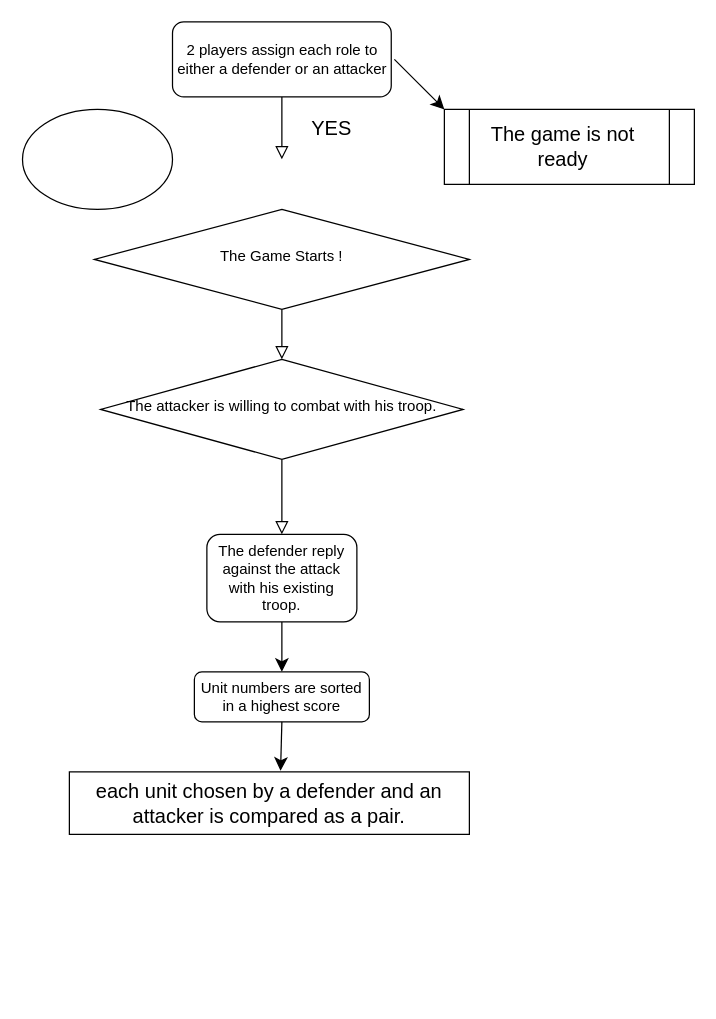
Earlier version of the draw.io diagram Module_1/Project_Week_1_Python-Game/Untitled Diagram.drawio (chatlapin/DAFT_0410). Source tidied: cells renumbered, new cells numbered last; positions are measured from the earlier drawing's top-left corner, leaving out a move shared by most shapes. Both pictures are drawn from the tidied source at 125%, with x=0, y=0 at pixel (21, 21).
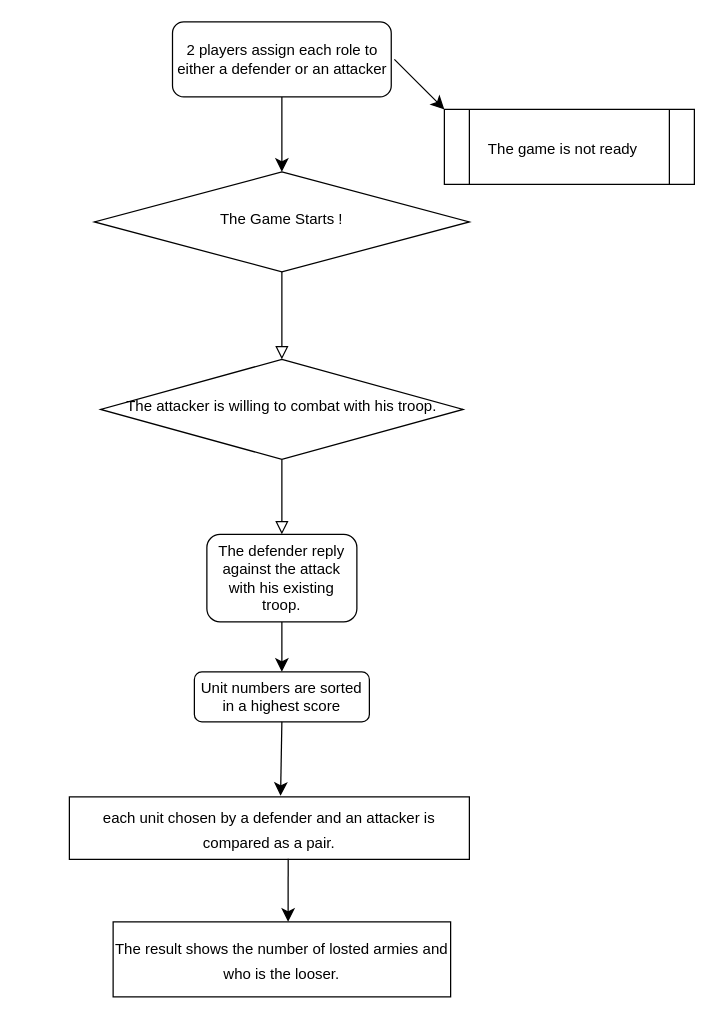
After the change.

What changed in the source:
```diff
@@
 <mxGraphModel>
   <root>
     <mxCell id="0" />
     <mxCell id="1" parent="0" />
-    <mxCell id="2" style="rounded=0;html=1;jettySize=auto;fontSize=11;endArrow=block;endFill=0;endSize=8;strokeWidth=1;shadow=0;labelBackgroundColor=none;edgeStyle=orthogonalEdgeStyle;" parent="1" edge="1" source="3">
-      <mxGeometry relative="1" as="geometry">
-        <mxPoint x="208" y="110" as="targetPoint" />
-      </mxGeometry>
-    </mxCell>
     <mxCell id="3" value="2 players assign each role to either a defender or an attacker" style="rounded=1;whiteSpace=wrap;html=1;fontSize=12;glass=0;strokeWidth=1;shadow=0;" parent="1" vertex="1">
       <mxGeometry x="120.5" width="175" height="60" as="geometry" />
     </mxCell>
     <mxCell id="4" style="rounded=0;html=1;jettySize=auto;fontSize=11;endArrow=block;endFill=0;endSize=8;strokeWidth=1;shadow=0;labelBackgroundColor=none;edgeStyle=orthogonalEdgeStyle;" parent="1" edge="1" source="5" target="7">
       <mxGeometry y="20" relative="1" as="geometry" />
     </mxCell>
     <mxCell id="5" value="The Game Starts !" style="rhombus;whiteSpace=wrap;html=1;shadow=0;fontFamily=Helvetica;fontSize=12;align=center;strokeWidth=1;spacing=6;spacingTop=-4;" parent="1" vertex="1">
-      <mxGeometry x="58" y="150" width="300" height="80" as="geometry" />
+      <mxGeometry x="58" y="120" width="300" height="80" as="geometry" />
     </mxCell>
     <mxCell id="6" style="rounded=0;html=1;jettySize=auto;fontSize=11;endArrow=block;endFill=0;endSize=8;strokeWidth=1;shadow=0;labelBackgroundColor=none;edgeStyle=orthogonalEdgeStyle;" parent="1" edge="1" source="7" target="8">
       <mxGeometry x="0.33" y="20" relative="1" as="geometry" />
     </mxCell>
     <mxCell id="7" value="The attacker is willing to combat with his troop." style="rhombus;whiteSpace=wrap;html=1;shadow=0;fontFamily=Helvetica;fontSize=12;align=center;strokeWidth=1;spacing=6;spacingTop=-4;" parent="1" vertex="1">
       <mxGeometry x="63" y="270" width="290" height="80" as="geometry" />
     </mxCell>
     <mxCell id="8" value="The defender reply against the attack with his existing troop." style="rounded=1;whiteSpace=wrap;html=1;fontSize=12;glass=0;strokeWidth=1;shadow=0;" parent="1" vertex="1">
       <mxGeometry x="148" y="410" width="120" height="70" as="geometry" />
     </mxCell>
     <mxCell id="9" value="Unit numbers are sorted in a highest score" style="rounded=1;whiteSpace=wrap;html=1;fontSize=12;glass=0;strokeWidth=1;shadow=0;" parent="1" vertex="1">
       <mxGeometry x="138" y="520" width="140" height="40" as="geometry" />
     </mxCell>
     <mxCell id="10" style="endArrow=classic;html=1;rounded=0;fontSize=12;startSize=8;endSize=8;curved=1;exitX=0.5;exitY=1;exitDx=0;exitDy=0;entryX=0.5;entryY=0;entryDx=0;entryDy=0;" parent="1" edge="1" source="8" target="9">
       <mxGeometry relative="1" as="geometry" />
     </mxCell>
     <mxCell id="11" style="endArrow=classic;html=1;rounded=0;fontSize=12;startSize=8;endSize=8;curved=1;exitX=0.5;exitY=1;exitDx=0;exitDy=0;entryX=0.528;entryY=-0.017;entryDx=0;entryDy=0;entryPerimeter=0;" parent="1" edge="1" source="9" target="12">
       <mxGeometry relative="1" as="geometry" />
     </mxCell>
-    <mxCell id="12" value="each unit chosen by a defender and an attacker is compared as a pair." style="rounded=0;whiteSpace=wrap;html=1;fontSize=16;" parent="1" vertex="1">
-      <mxGeometry x="38" y="600" width="320" height="50" as="geometry" />
+    <mxCell id="12" value="&lt;font style=&quot;font-size: 12px;&quot;&gt;each unit chosen by a defender and an attacker is compared as a pair.&lt;/font&gt;" style="rounded=0;whiteSpace=wrap;html=1;fontSize=16;" parent="1" vertex="1">
+      <mxGeometry x="38" y="620" width="320" height="50" as="geometry" />
     </mxCell>
-    <mxCell id="13" value="YES" style="text;strokeColor=none;fillColor=none;html=1;align=center;verticalAlign=middle;whiteSpace=wrap;rounded=0;fontSize=16;" parent="1" vertex="1">
-      <mxGeometry x="218" y="70" width="60" height="30" as="geometry" />
-    </mxCell>
     <mxCell id="14" style="shape=process;whiteSpace=wrap;html=1;backgroundOutline=1;fontSize=16;" parent="1" vertex="1">
       <mxGeometry x="338" y="70" width="200" height="60" as="geometry" />
     </mxCell>
-    <mxCell id="15" value="The game is not ready" style="text;strokeColor=none;fillColor=none;html=1;align=center;verticalAlign=middle;whiteSpace=wrap;rounded=0;fontSize=16;" parent="1" vertex="1">
+    <mxCell id="15" value="&lt;font style=&quot;font-size: 12px;&quot;&gt;The game is not ready&lt;/font&gt;" style="text;strokeColor=none;fillColor=none;html=1;align=center;verticalAlign=middle;whiteSpace=wrap;rounded=0;fontSize=16;" parent="1" vertex="1">
       <mxGeometry x="358" y="85" width="150" height="30" as="geometry" />
     </mxCell>
     <mxCell id="16" style="endArrow=classic;html=1;rounded=0;fontSize=12;startSize=8;endSize=8;curved=1;entryX=0;entryY=0;entryDx=0;entryDy=0;" parent="1" edge="1" target="14">
       <mxGeometry relative="1" as="geometry">
         <mxPoint x="298" y="30" as="sourcePoint" />
       </mxGeometry>
     </mxCell>
-    <mxCell id="17" style="ellipse;whiteSpace=wrap;html=1;fontSize=16;" parent="1" vertex="1">
-      <mxGeometry x="0.5" y="70" width="120" height="80" as="geometry" />
-    </mxCell>
+    <mxCell id="18" style="endArrow=classic;html=1;rounded=0;fontSize=12;startSize=8;endSize=8;curved=1;exitX=0.5;exitY=1;exitDx=0;exitDy=0;entryX=0.5;entryY=0;entryDx=0;entryDy=0;" parent="1" edge="1" source="3" target="5">
+      <mxGeometry relative="1" as="geometry" />
+    </mxCell>
+    <mxCell id="19" style="endArrow=classic;html=1;rounded=0;fontSize=12;startSize=8;endSize=8;curved=1;exitX=0.547;exitY=0.99;exitDx=0;exitDy=0;exitPerimeter=0;" parent="1" edge="1" source="12">
+      <mxGeometry relative="1" as="geometry">
+        <mxPoint x="213" y="720" as="targetPoint" />
+      </mxGeometry>
+    </mxCell>
+    <mxCell id="20" value="&lt;font style=&quot;font-size: 12px;&quot;&gt;The result shows the number of losted armies and who is the looser.&lt;/font&gt;" style="rounded=0;whiteSpace=wrap;html=1;fontSize=16;" parent="1" vertex="1">
+      <mxGeometry x="73" y="720" width="270" height="60" as="geometry" />
+    </mxCell>
   </root>
 </mxGraphModel>
```
